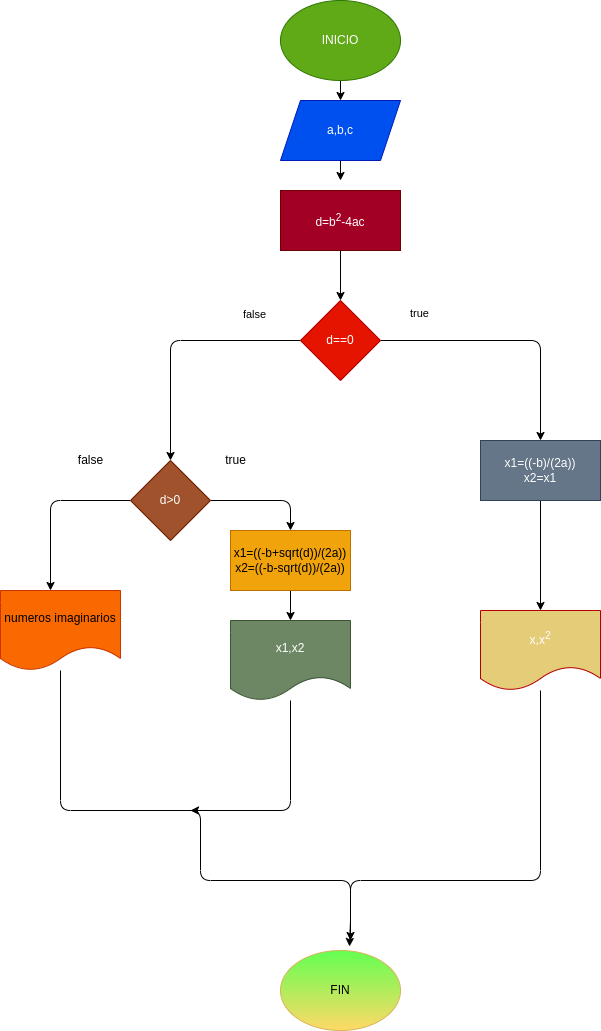
Earlier version of the draw.io export ejercicio6/diagrama.png (lisethcorrea/taller_condicionales_ejercicios). Source tidied: cells renumbered, new cells last; positions are measured from the earlier drawing's top-left corner, leaving out a move shared by most shapes.
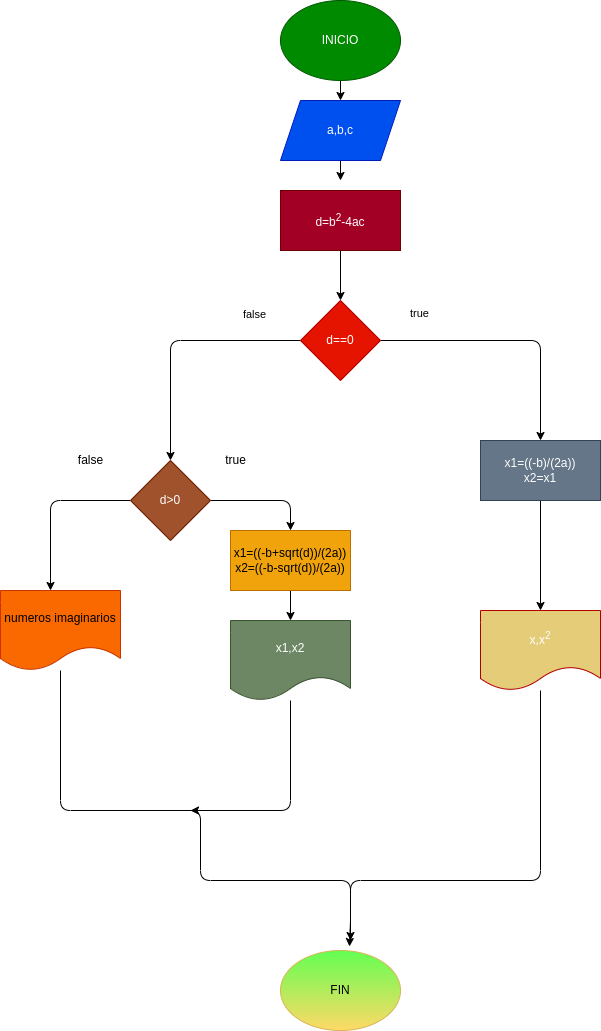
Above is the later version.

Diff of the diagram source:
```diff
@@ -5,7 +5,7 @@
     <mxCell id="2" style="edgeStyle=none;html=1;" parent="1" edge="1" source="3" target="5">
       <mxGeometry relative="1" as="geometry" />
     </mxCell>
-    <mxCell id="3" value="INICIO" style="ellipse;whiteSpace=wrap;html=1;fillColor=#60a917;fontColor=#ffffff;strokeColor=#2D7600;" parent="1" vertex="1">
+    <mxCell id="3" value="INICIO" style="ellipse;whiteSpace=wrap;html=1;fillColor=#008a00;fontColor=#ffffff;strokeColor=#005700;" parent="1" vertex="1">
       <mxGeometry x="280" width="120" height="80" as="geometry" />
     </mxCell>
     <mxCell id="4" style="edgeStyle=none;html=1;" parent="1" edge="1" source="5">
```
